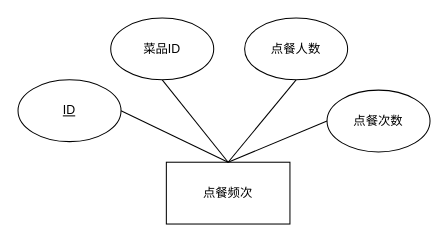
bzerozero7/test keeps this draw.io diagram as page "点餐频次E-R图" (14 of 18) of main.drawio. Above is the earlier version. Source tidied: cells renumbered, new cells numbered last; positions are measured from the earlier drawing's top-left corner, leaving out a move shared by most shapes. Both pictures are drawn from the tidied source at 103%, with x=0, y=0 at pixel (18, 18).
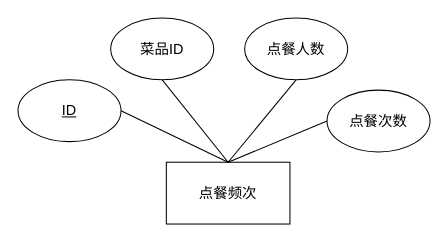
The same page after the edit.

Diff of the diagram source:
```diff
@@
 <mxGraphModel>
   <root>
     <mxCell id="0" />
     <mxCell id="1" parent="0" />
-    <mxCell id="2" value="点餐频次" style="rounded=0;whiteSpace=wrap;html=1;" parent="1" vertex="1">
+    <mxCell id="2" value="&lt;font style=&quot;font-size: 14px;&quot;&gt;点餐频次&lt;/font&gt;" style="rounded=0;whiteSpace=wrap;html=1;" parent="1" vertex="1">
       <mxGeometry x="144" y="140" width="120" height="60" as="geometry" />
     </mxCell>
     <mxCell id="3" style="rounded=0;jettySize=auto;html=1;exitX=1;exitY=0.5;exitDx=0;exitDy=0;entryX=0.5;entryY=0;entryDx=0;entryDy=0;endArrow=none;startFill=0;" parent="1" edge="1" source="4" target="2">
       <mxGeometry relative="1" as="geometry" />
     </mxCell>
-    <mxCell id="4" value="&lt;u&gt;ID&lt;/u&gt;" style="ellipse;whiteSpace=wrap;html=1;" parent="1" vertex="1">
+    <mxCell id="4" value="&lt;u&gt;&lt;font style=&quot;font-size: 14px;&quot;&gt;ID&lt;/font&gt;&lt;/u&gt;" style="ellipse;whiteSpace=wrap;html=1;" parent="1" vertex="1">
       <mxGeometry y="60" width="100" height="60" as="geometry" />
     </mxCell>
     <mxCell id="5" style="rounded=0;jettySize=auto;html=1;exitX=0.5;exitY=1;exitDx=0;exitDy=0;entryX=0.5;entryY=0;entryDx=0;entryDy=0;endArrow=none;startFill=0;" parent="1" edge="1" source="6" target="2">
       <mxGeometry relative="1" as="geometry" />
     </mxCell>
-    <mxCell id="6" value="菜品ID" style="ellipse;whiteSpace=wrap;html=1;" parent="1" vertex="1">
+    <mxCell id="6" value="&lt;font style=&quot;font-size: 14px;&quot;&gt;菜品ID&lt;/font&gt;" style="ellipse;whiteSpace=wrap;html=1;" parent="1" vertex="1">
       <mxGeometry x="90" width="100" height="60" as="geometry" />
     </mxCell>
     <mxCell id="7" style="rounded=0;jettySize=auto;html=1;exitX=0.5;exitY=1;exitDx=0;exitDy=0;entryX=0.5;entryY=0;entryDx=0;entryDy=0;endArrow=none;startFill=0;" parent="1" edge="1" source="8" target="2">
       <mxGeometry relative="1" as="geometry" />
     </mxCell>
-    <mxCell id="8" value="点餐人数" style="ellipse;whiteSpace=wrap;html=1;" parent="1" vertex="1">
+    <mxCell id="8" value="&lt;font style=&quot;font-size: 14px;&quot;&gt;点餐人数&lt;/font&gt;" style="ellipse;whiteSpace=wrap;html=1;" parent="1" vertex="1">
       <mxGeometry x="220" width="100" height="60" as="geometry" />
     </mxCell>
     <mxCell id="9" style="rounded=0;jettySize=auto;html=1;exitX=0;exitY=0.5;exitDx=0;exitDy=0;entryX=0.5;entryY=0;entryDx=0;entryDy=0;endArrow=none;startFill=0;" parent="1" edge="1" source="10" target="2">
       <mxGeometry relative="1" as="geometry" />
     </mxCell>
-    <mxCell id="10" value="点餐次数" style="ellipse;whiteSpace=wrap;html=1;" parent="1" vertex="1">
+    <mxCell id="10" value="&lt;font style=&quot;font-size: 14px;&quot;&gt;点餐次数&lt;/font&gt;" style="ellipse;whiteSpace=wrap;html=1;" parent="1" vertex="1">
       <mxGeometry x="300" y="70" width="100" height="60" as="geometry" />
     </mxCell>
   </root>
 </mxGraphModel>
```
